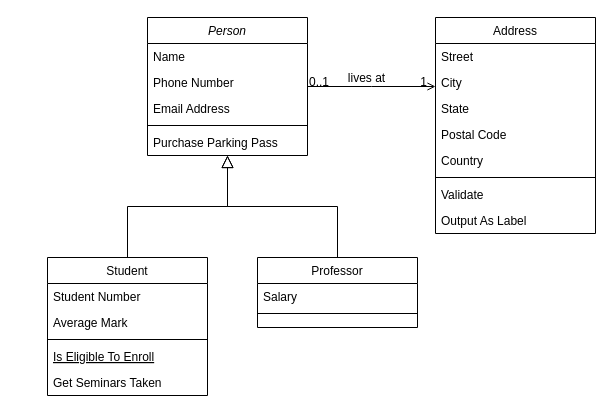
Earlier version of the draw.io diagram 未命名绘图.drawio (Mrhao1024/Mrhao-test). Source tidied: cells renumbered, new cells numbered last; positions are measured from the earlier drawing's top-left corner, leaving out a move shared by most shapes. Both pictures are drawn from the tidied source at 100%, with x=0, y=0 at pixel (47, 17).
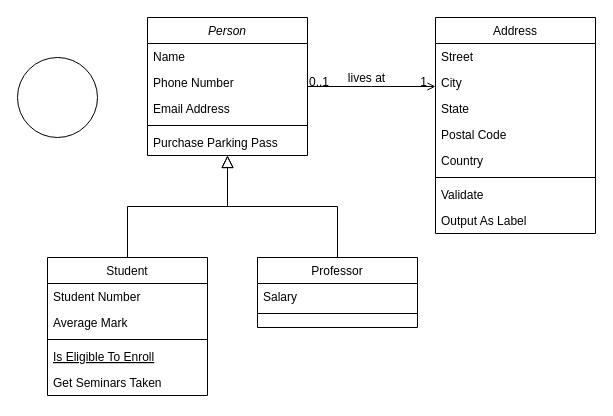
The same page after the edit.

Change to the diagram source:
```diff
@@
+    <mxCell id="32" style="ellipse;whiteSpace=wrap;html=1;" parent="1" vertex="1">
+      <mxGeometry x="-30" y="40" width="80" height="80" as="geometry" />
+    </mxCell>
```
